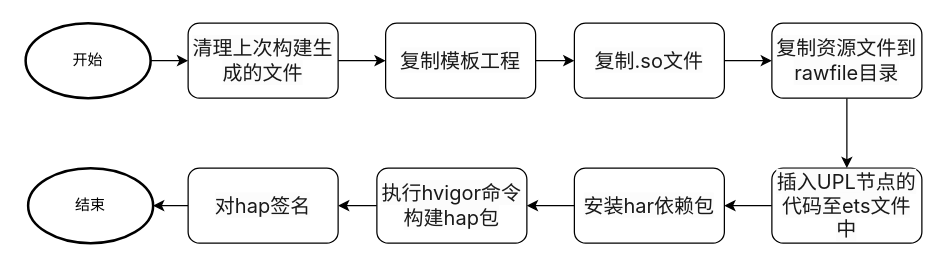
Before: page "Page-1" (1 of 2) of makehap流程.drawio in xiqiniu/xiqiniu.github.io, a draw.io diagram. Source tidied: cells renumbered, new cells numbered last; positions are measured from the earlier drawing's top-left corner, leaving out a move shared by most shapes. Both pictures are drawn from the tidied source at 125%, with x=0, y=0 at pixel (25, 22).
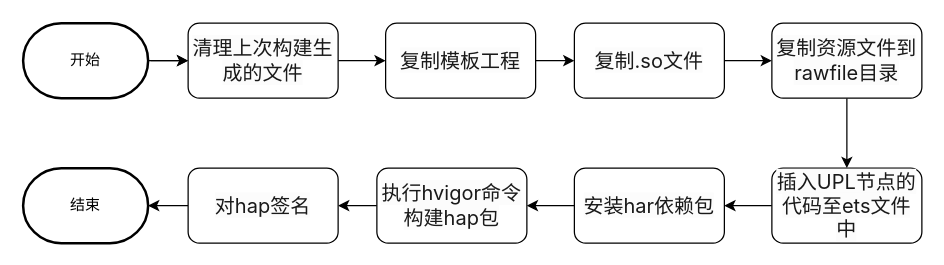
The same diagram, later.

The change refers to these unchanged cells:
```xml
<mxCell id="5" value="&lt;span style=&quot;color: rgba(0, 0, 0, 0.9); font-family: &amp;quot;PingFang SC&amp;quot;, -apple-system, BlinkMacSystemFont, &amp;quot;Segoe UI&amp;quot;, Roboto, Ubuntu, &amp;quot;Helvetica Neue&amp;quot;, Helvetica, Arial, &amp;quot;Hiragino Sans GB&amp;quot;, &amp;quot;Microsoft YaHei UI&amp;quot;, &amp;quot;Microsoft YaHei&amp;quot;, &amp;quot;Source Han Sans CN&amp;quot;, sans-serif; font-size: 16px; text-align: start; background-color: rgb(252, 252, 252);&quot;&gt;清理上次构建生成的文件&lt;/span&gt;" style="rounded=1;whiteSpace=wrap;html=1;" parent="1" vertex="1">
  <mxGeometry x="130" width="120" height="60" as="geometry" />
</mxCell>
```

The edit, as a diff of the source:
```diff
@@
-    <mxCell id="2" value="开始" style="strokeWidth=2;html=1;shape=mxgraph.flowchart.start_1;whiteSpace=wrap;" parent="1" vertex="1">
-      <mxGeometry width="100" height="60" as="geometry" />
-    </mxCell>
-    <mxCell id="3" style="endArrow=classic;html=1;rounded=0;exitX=1;exitY=0.5;exitDx=0;exitDy=0;exitPerimeter=0;" parent="1" edge="1" source="2" target="5">
-      <mxGeometry relative="1" as="geometry" />
+    <mxCell id="3" style="endArrow=classic;html=1;rounded=0;exitX=1;exitY=0.5;exitDx=0;exitDy=0;exitPerimeter=0;" parent="1" edge="1" target="5">
+      <mxGeometry relative="1" as="geometry">
+        <mxPoint x="100" y="30" as="sourcePoint" />
+      </mxGeometry>
     </mxCell>
@@
+    <mxCell id="21" style="edgeStyle=orthogonalEdgeStyle;rounded=0;jettySize=auto;html=1;exitX=1;exitY=0.5;exitDx=0;exitDy=0;exitPerimeter=0;" parent="1" edge="1" source="2" target="5">
+      <mxGeometry relative="1" as="geometry" />
+    </mxCell>
+    <mxCell id="2" value="开始" style="strokeWidth=2;html=1;shape=mxgraph.flowchart.terminator;whiteSpace=wrap;" parent="1" vertex="1">
+      <mxGeometry x="-2" width="100" height="60" as="geometry" />
+    </mxCell>
-    <mxCell id="20" value="结束" style="strokeWidth=2;html=1;shape=mxgraph.flowchart.start_1;whiteSpace=wrap;" parent="1" vertex="1">
-      <mxGeometry x="2" y="116" width="100" height="60" as="geometry" />
+    <mxCell id="20" value="结束" style="strokeWidth=2;html=1;shape=mxgraph.flowchart.terminator;whiteSpace=wrap;" parent="1" vertex="1">
+      <mxGeometry x="-2" y="116" width="100" height="60" as="geometry" />
     </mxCell>
```
